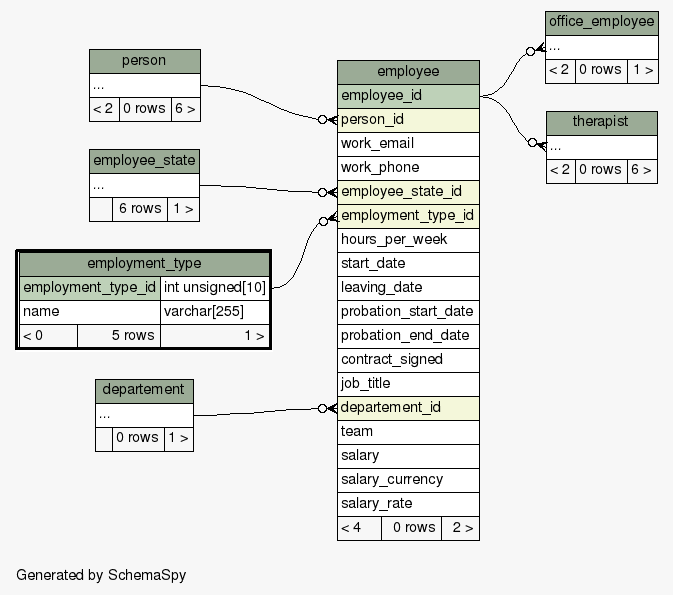
This is diagrams/employment_type.2degrees.png from KaiBMP/KaiBMP.github.io, a Graphviz export, as it was before one commit. Its source is kept beside it as diagrams/employment_type.1degree.dot. Its diagram source:
```dot
digraph "oneDegreeRelationshipsDiagram" {
  graph [
    rankdir="RL"
    bgcolor="#f7f7f7"
    label="\nGenerated by SchemaSpy"
    labeljust="l"
    nodesep="0.18"
    ranksep="0.46"
    fontname="Helvetica"
    fontsize="11"
  ];
  node [
    fontname="Helvetica"
    fontsize="11"
    shape="plaintext"
  ];
  edge [
    arrowsize="0.8"
  ];
  "employee":"employment_type_id":w -> "employment_type":"employment_type_id.type":e [arrowhead=none dir=back arrowtail=crowodot];
  "employee" [
    label=<
    <TABLE BORDER="0" CELLBORDER="1" CELLSPACING="0" BGCOLOR="#ffffff">
      <TR><TD COLSPAN="3" BGCOLOR="#9bab96" ALIGN="CENTER">employee</TD></TR>
      <TR><TD PORT="employee_id" COLSPAN="3" BGCOLOR="#bed1b8" ALIGN="LEFT">employee_id</TD></TR>
      <TR><TD PORT="person_id" COLSPAN="3" BGCOLOR="#f4f7da" ALIGN="LEFT">person_id</TD></TR>
      <TR><TD PORT="work_email" COLSPAN="3" ALIGN="LEFT">work_email</TD></TR>
      <TR><TD PORT="work_phone" COLSPAN="3" ALIGN="LEFT">work_phone</TD></TR>
      <TR><TD PORT="employee_state_id" COLSPAN="3" BGCOLOR="#f4f7da" ALIGN="LEFT">employee_state_id</TD></TR>
      <TR><TD PORT="employment_type_id" COLSPAN="3" BGCOLOR="#f4f7da" ALIGN="LEFT">employment_type_id</TD></TR>
      <TR><TD PORT="hours_per_week" COLSPAN="3" ALIGN="LEFT">hours_per_week</TD></TR>
      <TR><TD PORT="start_date" COLSPAN="3" ALIGN="LEFT">start_date</TD></TR>
      <TR><TD PORT="leaving_date" COLSPAN="3" ALIGN="LEFT">leaving_date</TD></TR>
      <TR><TD PORT="probation_start_date" COLSPAN="3" ALIGN="LEFT">probation_start_date</TD></TR>
      <TR><TD PORT="probation_end_date" COLSPAN="3" ALIGN="LEFT">probation_end_date</TD></TR>
      <TR><TD PORT="contract_signed" COLSPAN="3" ALIGN="LEFT">contract_signed</TD></TR>
      <TR><TD PORT="job_title" COLSPAN="3" ALIGN="LEFT">job_title</TD></TR>
      <TR><TD PORT="departement_id" COLSPAN="3" BGCOLOR="#f4f7da" ALIGN="LEFT">departement_id</TD></TR>
      <TR><TD PORT="team" COLSPAN="3" ALIGN="LEFT">team</TD></TR>
      <TR><TD PORT="salary" COLSPAN="3" ALIGN="LEFT">salary</TD></TR>
      <TR><TD PORT="salary_currency" COLSPAN="3" ALIGN="LEFT">salary_currency</TD></TR>
      <TR><TD PORT="salary_rate" COLSPAN="3" ALIGN="LEFT">salary_rate</TD></TR>
      <TR><TD ALIGN="LEFT" BGCOLOR="#f7f7f7">&lt; 4</TD><TD ALIGN="RIGHT" BGCOLOR="#f7f7f7">0 rows</TD><TD ALIGN="RIGHT" BGCOLOR="#f7f7f7">2 &gt;</TD></TR>
    </TABLE>>
    URL="employee.html"
    tooltip="employee"
  ];
  "employment_type" [
    label=<
    <TABLE BORDER="2" CELLBORDER="1" CELLSPACING="0" BGCOLOR="#ffffff">
      <TR><TD COLSPAN="3" BGCOLOR="#9bab96" ALIGN="CENTER">employment_type</TD></TR>
      <TR><TD PORT="employment_type_id" COLSPAN="2" BGCOLOR="#bed1b8" ALIGN="LEFT">employment_type_id</TD><TD PORT="employment_type_id.type" ALIGN="LEFT">int unsigned[10]</TD></TR>
      <TR><TD PORT="name" COLSPAN="2" ALIGN="LEFT">name</TD><TD PORT="name.type" ALIGN="LEFT">varchar[255]</TD></TR>
      <TR><TD ALIGN="LEFT" BGCOLOR="#f7f7f7">&lt; 0</TD><TD ALIGN="RIGHT" BGCOLOR="#f7f7f7">5 rows</TD><TD ALIGN="RIGHT" BGCOLOR="#f7f7f7">1 &gt;</TD></TR>
    </TABLE>>
    URL="employment_type.html"
    tooltip="employment_type"
  ];
}
```
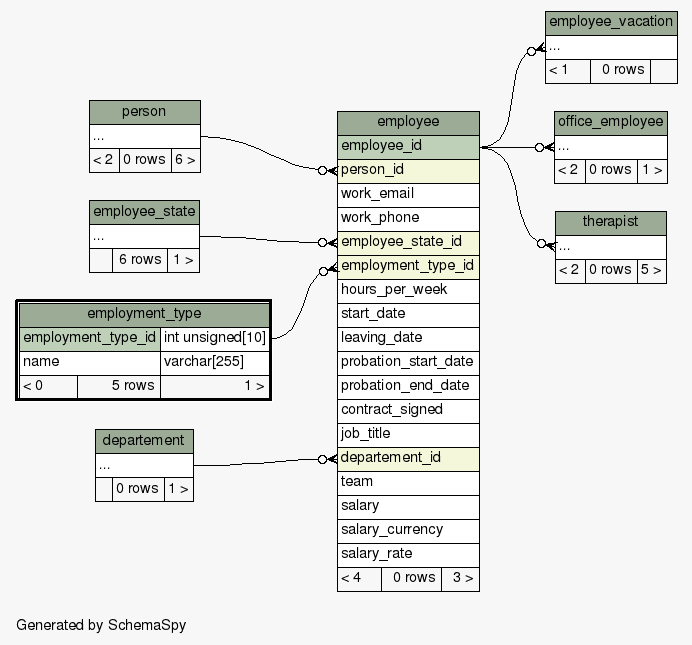
After the change.

Diff of the diagram source:
```diff
@@ -40,7 +40,7 @@
       <TR><TD PORT="salary" COLSPAN="3" ALIGN="LEFT">salary</TD></TR>
       <TR><TD PORT="salary_currency" COLSPAN="3" ALIGN="LEFT">salary_currency</TD></TR>
       <TR><TD PORT="salary_rate" COLSPAN="3" ALIGN="LEFT">salary_rate</TD></TR>
-      <TR><TD ALIGN="LEFT" BGCOLOR="#f7f7f7">&lt; 4</TD><TD ALIGN="RIGHT" BGCOLOR="#f7f7f7">0 rows</TD><TD ALIGN="RIGHT" BGCOLOR="#f7f7f7">2 &gt;</TD></TR>
+      <TR><TD ALIGN="LEFT" BGCOLOR="#f7f7f7">&lt; 4</TD><TD ALIGN="RIGHT" BGCOLOR="#f7f7f7">0 rows</TD><TD ALIGN="RIGHT" BGCOLOR="#f7f7f7">3 &gt;</TD></TR>
     </TABLE>>
     URL="employee.html"
     tooltip="employee"
```
